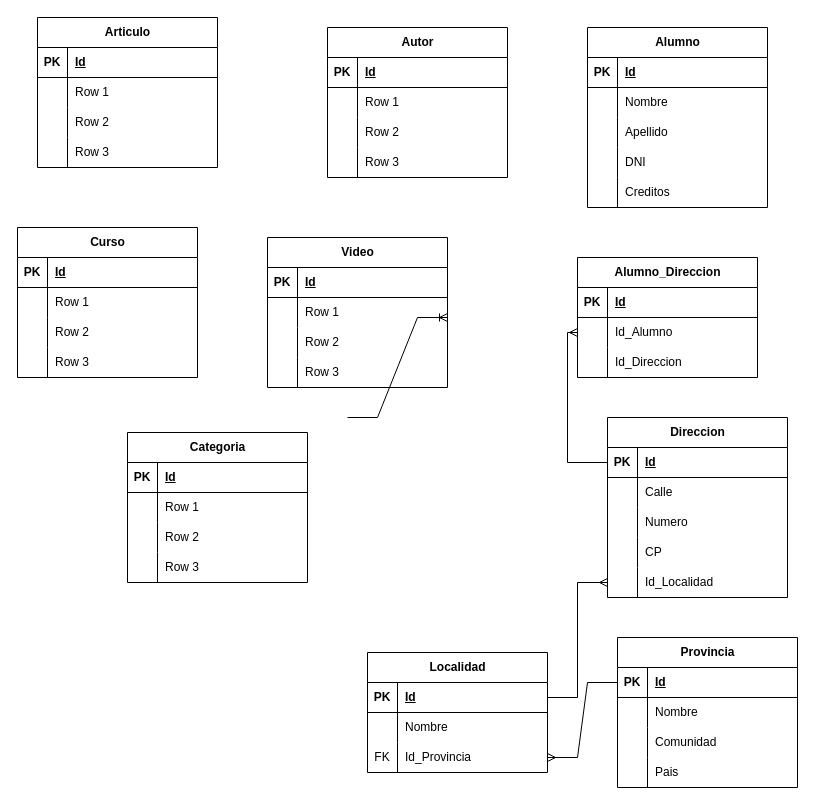
leonardocasimiro/BootcampBackend_III_Relacional_Modulo1Modelado keeps this draw.io diagram as LemonCode_Modelado_relacional_crows_foot.drawio. Above is the earlier version. Source tidied: cells renumbered, new cells numbered last; positions are measured from the earlier drawing's top-left corner, leaving out a move shared by most shapes. Both pictures are drawn from the tidied source at 100%, with x=0, y=0 at pixel (7, 17).
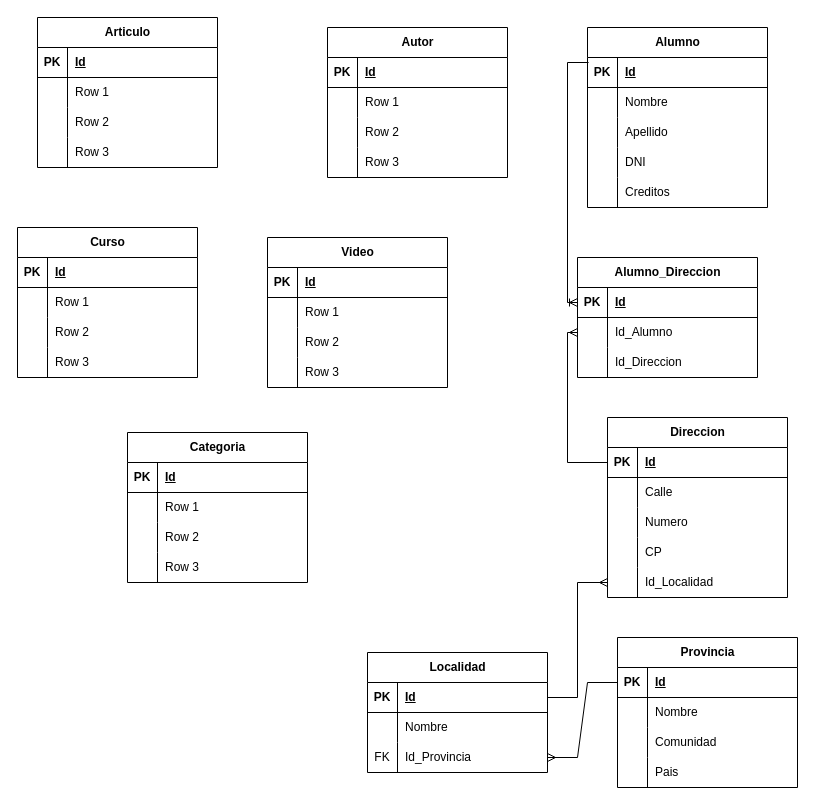
The same diagram, later.

Unchanged cells that the change refers to:
```xml
<mxCell id="109" style="shape=tableRow;horizontal=0;startSize=0;swimlaneHead=0;swimlaneBody=0;fillColor=none;points=[[0,0.5],[1,0.5]];portConstraint=eastwest;top=0;left=0;right=0;bottom=1;" parent="108" vertex="1">
  <mxGeometry y="30" width="180" height="30" as="geometry" />
</mxCell>
<mxCell id="125" style="shape=tableRow;horizontal=0;startSize=0;swimlaneHead=0;swimlaneBody=0;fillColor=none;points=[[0,0.5],[1,0.5]];portConstraint=eastwest;top=0;left=0;right=0;bottom=1;" parent="124" vertex="1">
  <mxGeometry y="30" width="180" height="30" as="geometry" />
</mxCell>
```

Diff of the diagram source:
```diff
@@
-    <mxCell id="135" style="edgeStyle=entityRelationEdgeStyle;fontSize=12;html=1;endArrow=ERoneToMany;rounded=0;" parent="1" edge="1">
-      <mxGeometry relative="1" as="geometry">
-        <mxPoint x="340" y="400" as="sourcePoint" />
-        <mxPoint x="440" y="300" as="targetPoint" />
-      </mxGeometry>
+    <mxCell id="135" style="edgeStyle=orthogonalEdgeStyle;fontSize=12;html=1;endArrow=ERoneToMany;rounded=0;entryX=0;entryY=0.5;entryDx=0;entryDy=0;exitX=0.006;exitY=0.167;exitDx=0;exitDy=0;exitPerimeter=0;" parent="1" edge="1" source="109" target="125">
+      <mxGeometry relative="1" as="geometry" />
     </mxCell>
```
